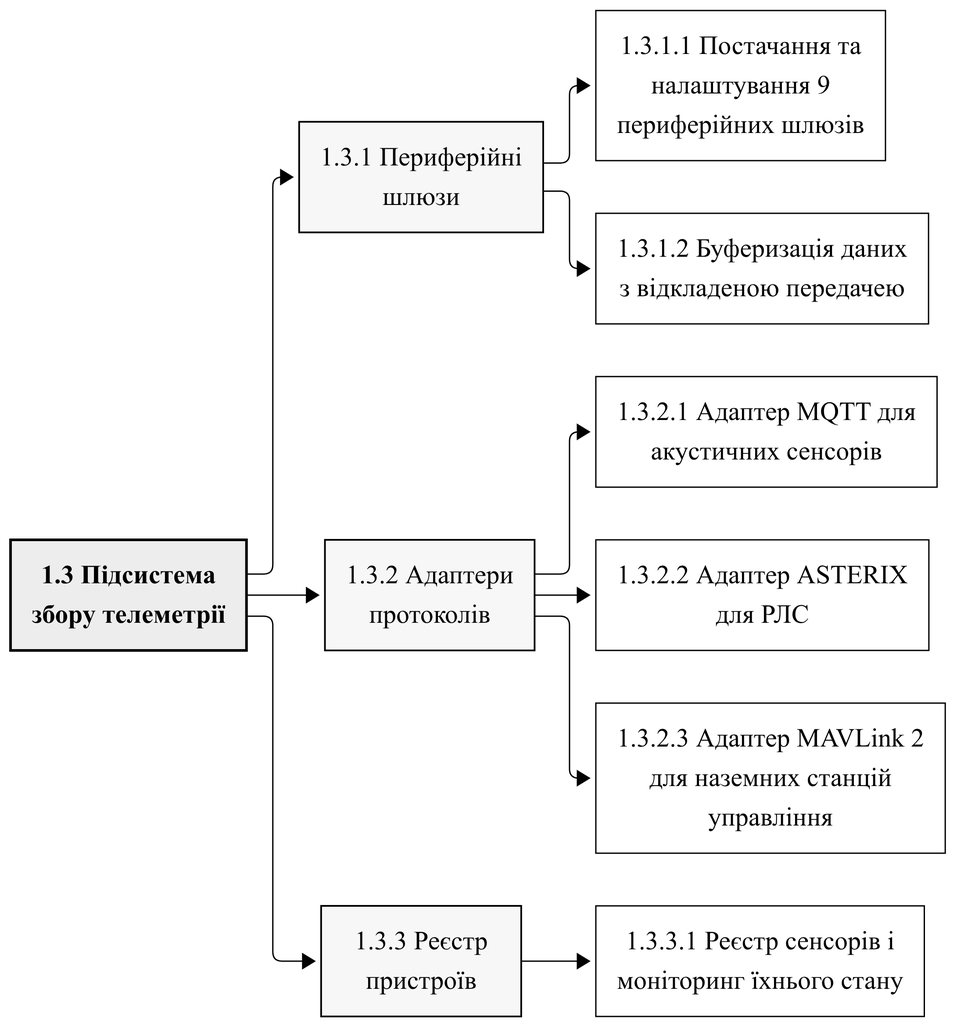
Before: lab1/diagrams/11_wbs_1_3.png, a diagram exported from Mermaid (KravAvfv/-_2026). Its source is kept beside it as lab1/diagrams/11_wbs_1_3.mmd. Its diagram source:
```mermaid
flowchart LR
  classDef l0 fill:#D9D9D9,stroke:#000,stroke-width:2.5px,font-weight:bold;
  classDef l1 fill:#EDEDED,stroke:#000,stroke-width:2px,font-weight:bold;
  classDef l2 fill:#F7F7F7,stroke:#000,stroke-width:1.3px;
  classDef l3 fill:#FFFFFF,stroke:#000,stroke-width:1px;
  classDef alt fill:#FFFFFF,stroke:#000,stroke-width:1px,stroke-dasharray:6 4;

  N1_3["1.3 Підсистема<br/>збору телеметрії"]:::l1
  N1_3_1["1.3.1 Периферійні<br/>шлюзи"]:::l2
  N1_3 --> N1_3_1
  N1_3_1_1["1.3.1.1 Постачання та<br/>налаштування 9<br/>периферійних шлюзів"]:::l3
  N1_3_1 --> N1_3_1_1
  N1_3_1_2["1.3.1.2 Буферизація даних<br/>з відкладеною передачею"]:::l3
  N1_3_1 --> N1_3_1_2
  N1_3_2["1.3.2 Адаптери<br/>протоколів"]:::l2
  N1_3 --> N1_3_2
  N1_3_2_1["1.3.2.1 Адаптер MQTT для<br/>акустичних сенсорів"]:::l3
  N1_3_2 --> N1_3_2_1
  N1_3_2_2["1.3.2.2 Адаптер ASTERIX<br/>для РЛС"]:::l3
  N1_3_2 --> N1_3_2_2
  N1_3_2_3["1.3.2.3 Адаптер MAVLink 2<br/>для наземних станцій<br/>управління"]:::l3
  N1_3_2 --> N1_3_2_3
  N1_3_3["1.3.3 Реєстр<br/>пристроїв"]:::l2
  N1_3 --> N1_3_3
  N1_3_3_1["1.3.3.1 Реєстр сенсорів і<br/>моніторинг їхнього стану"]:::l3
  N1_3_3 --> N1_3_3_1
```
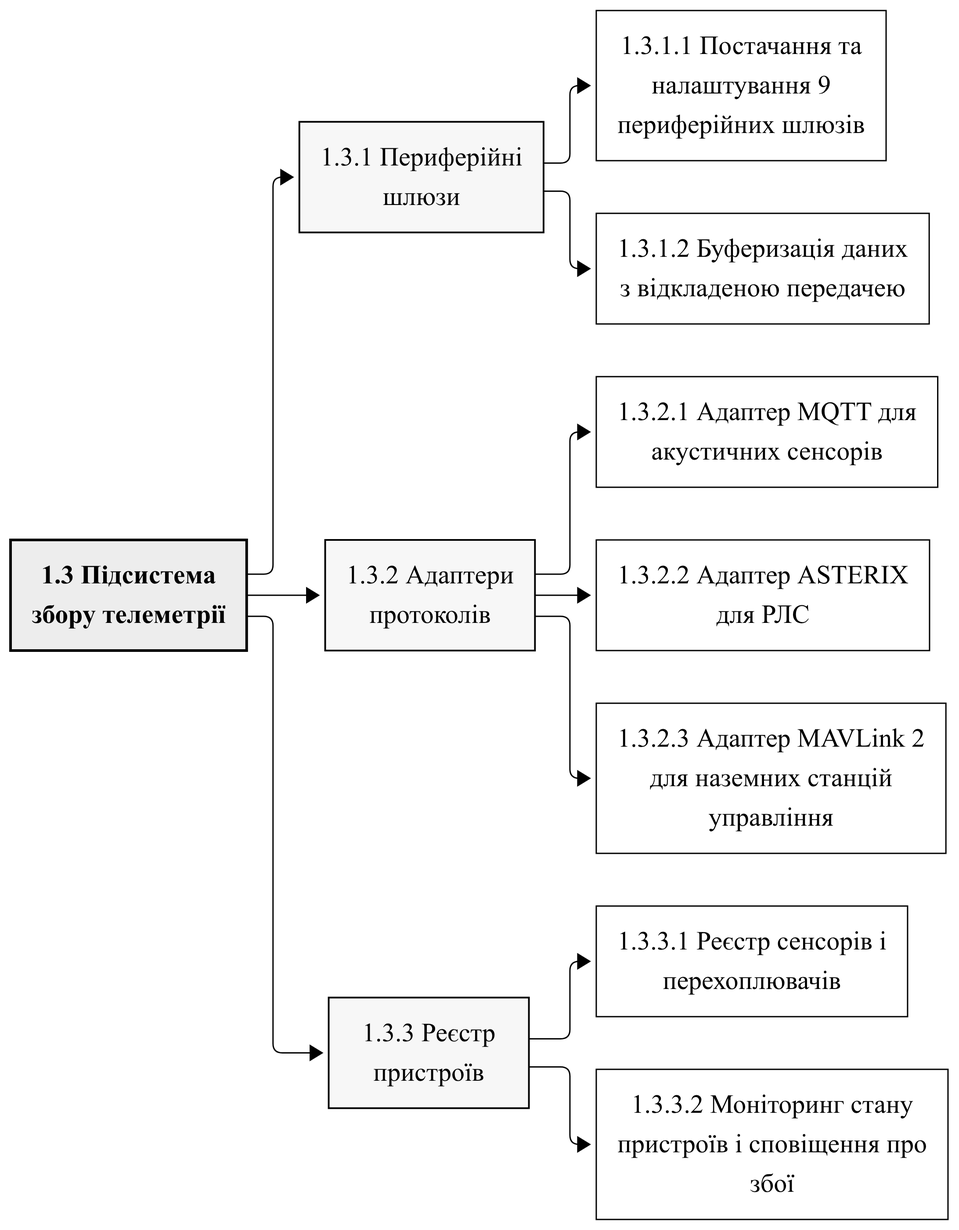
After the change.

Change to the diagram source:
```diff
@@ -22,5 +22,7 @@
   N1_3_2 --> N1_3_2_3
   N1_3_3["1.3.3 Реєстр<br/>пристроїв"]:::l2
   N1_3 --> N1_3_3
-  N1_3_3_1["1.3.3.1 Реєстр сенсорів і<br/>моніторинг їхнього стану"]:::l3
+  N1_3_3_1["1.3.3.1 Реєстр сенсорів і<br/>перехоплювачів"]:::l3
   N1_3_3 --> N1_3_3_1
+  N1_3_3_2["1.3.3.2 Моніторинг стану<br/>пристроїв і сповіщення про<br/>збої"]:::l3
+  N1_3_3 --> N1_3_3_2
```
